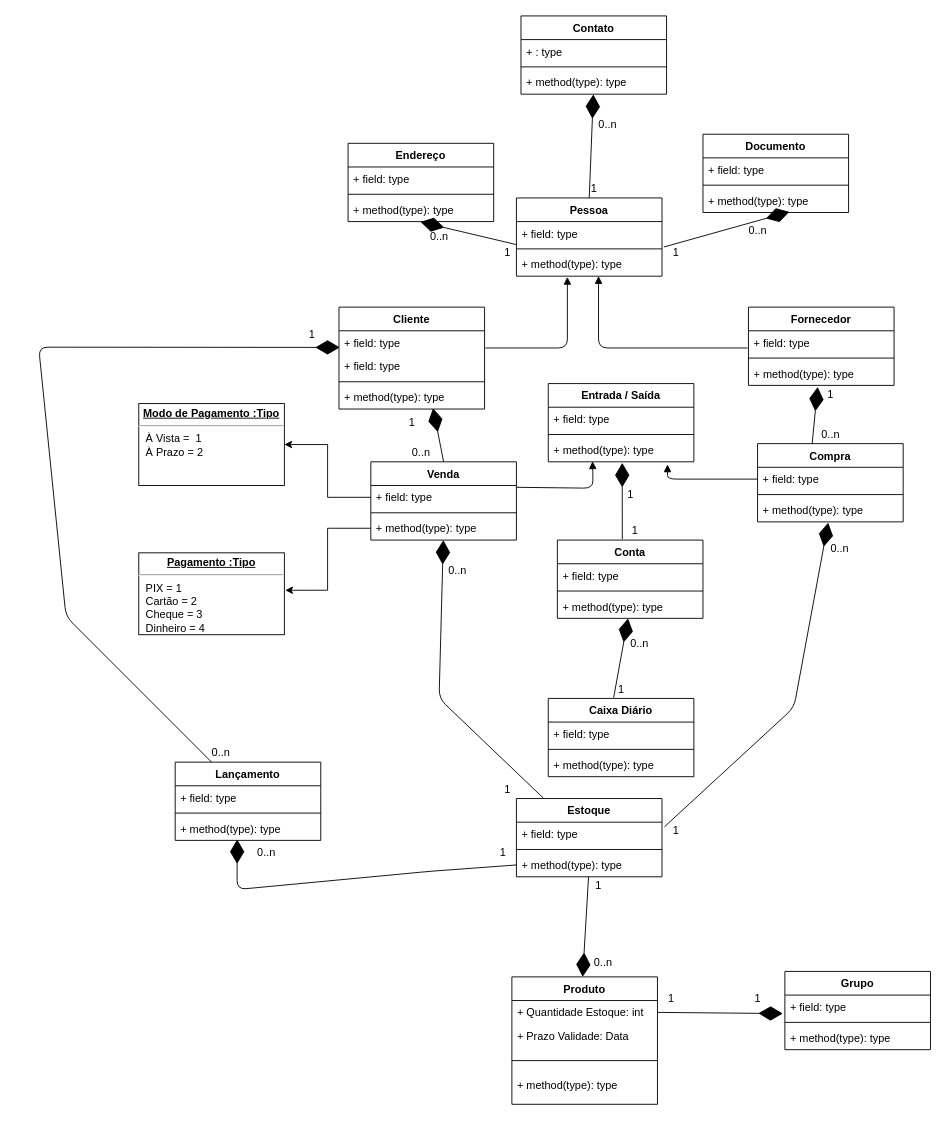
Earlier version of the draw.io diagram Untitled Diagram.drawio (AtosNeves/Diagramas). Source tidied: cells renumbered, new cells numbered last; positions are measured from the earlier drawing's top-left corner, leaving out a move shared by most shapes. Both pictures are drawn from the tidied source at 91%, with x=0, y=0 at pixel (38, 15).
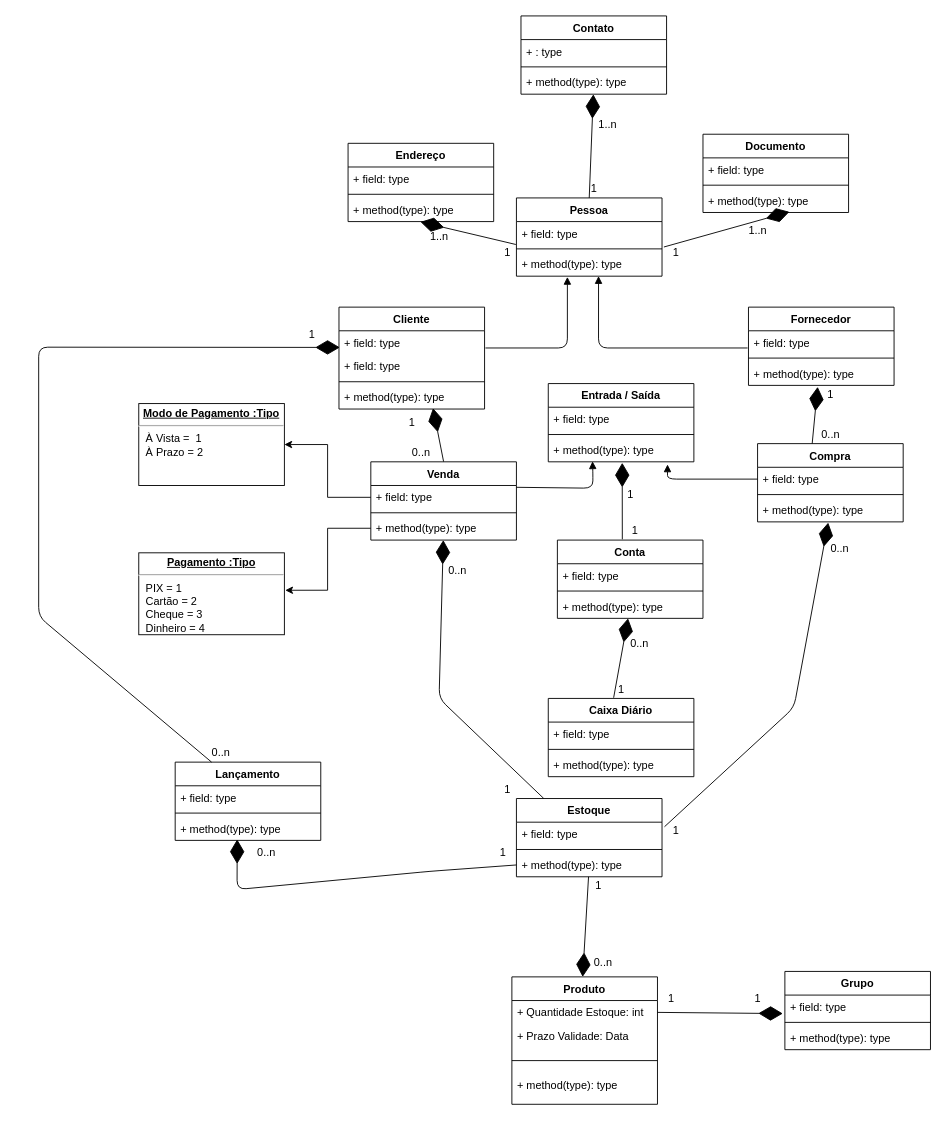
After the change.

Unchanged cells that the change refers to:
```xml
<mxCell id="3" value="+ field: type" style="text;strokeColor=none;fillColor=none;align=left;verticalAlign=top;spacingLeft=4;spacingRight=4;overflow=hidden;points=[[0,0.5],[1,0.5]];portConstraint=eastwest;" parent="2" vertex="1">
  <mxGeometry y="26" width="160" height="26" as="geometry" />
</mxCell>
<mxCell id="61" value="Lançamento" style="swimlane;fontStyle=1;align=center;verticalAlign=top;horizontal=1;startSize=26;" parent="1" vertex="1">
  <mxGeometry x="150" y="820" width="160" height="86" as="geometry" />
</mxCell>
```

What changed in the source:
```diff
@@
     <mxCell id="65" style="endArrow=diamondThin;endFill=1;endSize=24;html=1;exitX=0.25;exitY=0;exitDx=0;exitDy=0;entryX=0.006;entryY=0.703;entryDx=0;entryDy=0;entryPerimeter=0;" parent="1" edge="1" source="61" target="3">
       <mxGeometry relative="1" as="geometry">
         <Array as="points">
-          <mxPoint x="30" y="660" />
+          <mxPoint y="660" />
           <mxPoint y="364" />
         </Array>
       </mxGeometry>
     </mxCell>
@@
-    <mxCell id="84" value="0..n" style="text;html=1;align=center;verticalAlign=middle;strokeColor=none;fillColor=none;" parent="1" vertex="1">
+    <mxCell id="84" value="1..n" style="text;html=1;align=center;verticalAlign=middle;strokeColor=none;fillColor=none;" parent="1" vertex="1">
       <mxGeometry x="605" y="110" width="40" height="20" as="geometry" />
     </mxCell>
@@
-    <mxCell id="87" value="0..n" style="text;html=1;align=center;verticalAlign=middle;strokeColor=none;fillColor=none;" parent="1" vertex="1">
+    <mxCell id="87" value="1..n" style="text;html=1;align=center;verticalAlign=middle;strokeColor=none;fillColor=none;" parent="1" vertex="1">
       <mxGeometry x="420" y="233" width="40" height="20" as="geometry" />
     </mxCell>
-    <mxCell id="88" value="0..n" style="text;html=1;align=center;verticalAlign=middle;strokeColor=none;fillColor=none;" parent="1" vertex="1">
+    <mxCell id="88" value="1..n" style="text;html=1;align=center;verticalAlign=middle;strokeColor=none;fillColor=none;" parent="1" vertex="1">
       <mxGeometry x="770" y="226" width="40" height="20" as="geometry" />
     </mxCell>
```
